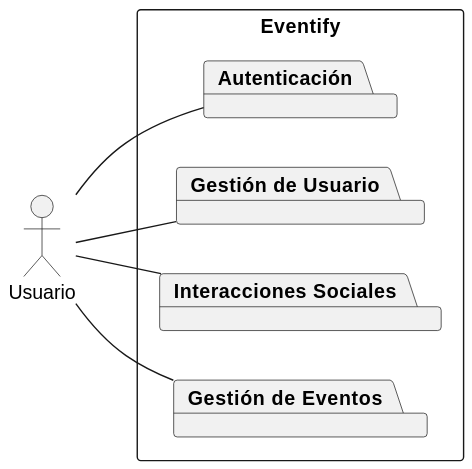
Earlier version of the PlantUML export Requisitos/Casos de Uso/diagramas/UseCaseDiagramPackages.svg (valeraruggierotesisucv/tesis-frameworks-mobile-diagrams).
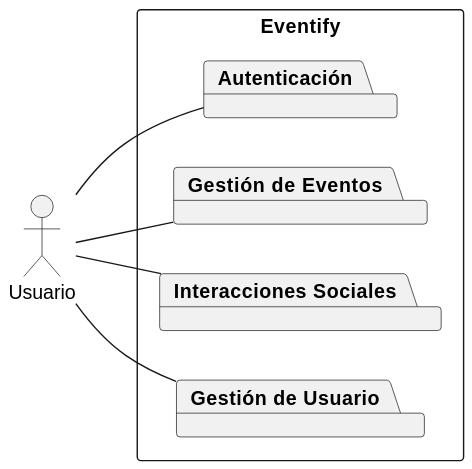
Later version of the same file.

What changed in the source:
```diff
@@ -3,13 +3,13 @@
     actor "Usuario" as usuario
     rectangle "Eventify" {
         package "Autenticación"
+        package "Gestión de Eventos"
+        package "Interacciones Sociales"
         package "Gestión de Usuario"
-        package "Interacciones Sociales"
-        package "Gestión de Eventos"
     }
 
     usuario -- "Autenticación"
+    usuario -- "Gestión de Eventos"
     usuario -- "Gestión de Usuario"
     usuario -- "Interacciones Sociales"
-    usuario -- "Gestión de Eventos"
 @enduml
```
